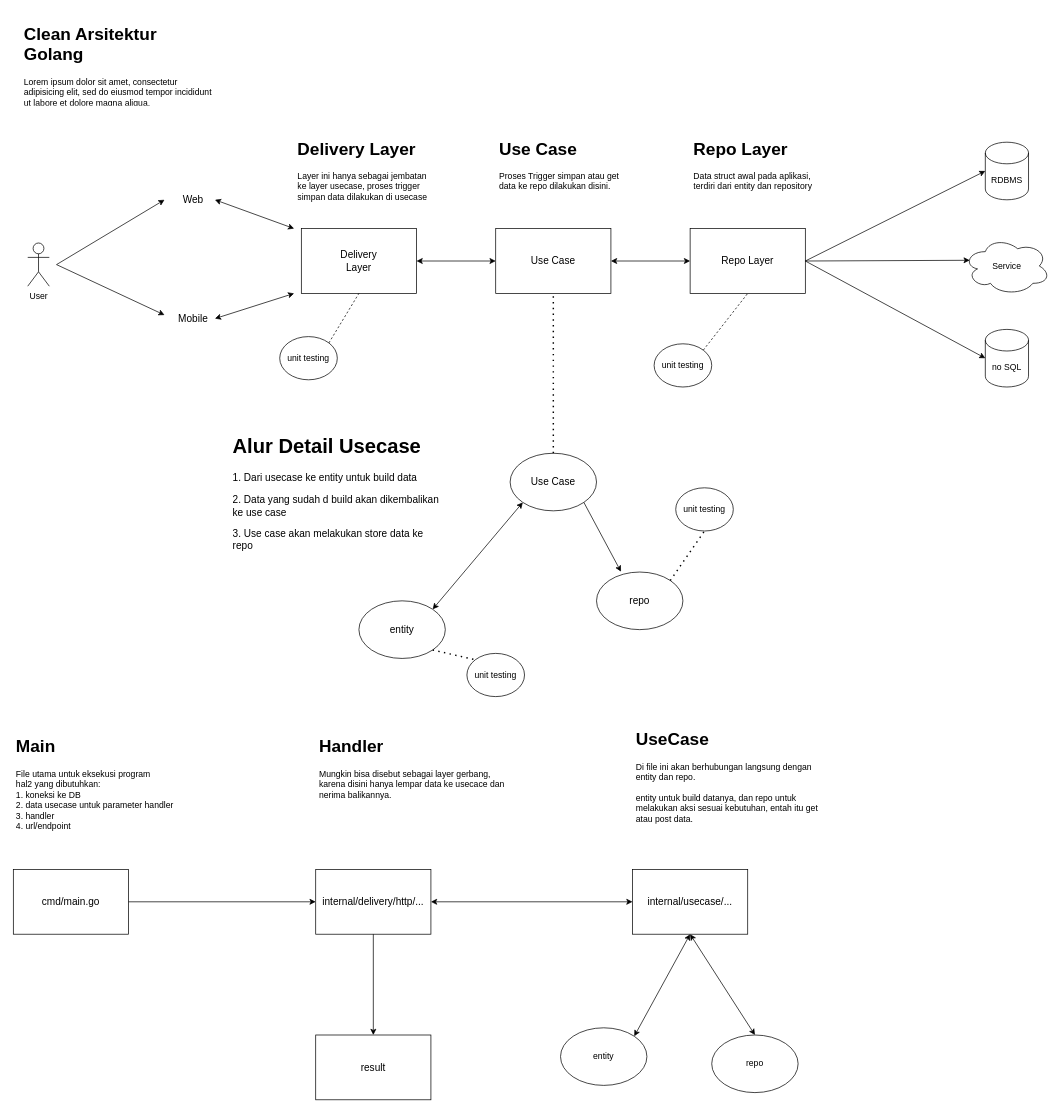
The draw.io diagram project/docs/CleanArsitektur.drawio in YogiTan00/Game-Store-Final-Project-SALT, before the edit. Source tidied: cells renumbered, new cells numbered last; positions are measured from the earlier drawing's top-left corner, leaving out a move shared by most shapes. Both pictures are drawn from the tidied source at 72%, with x=0, y=0 at pixel (12, 19).
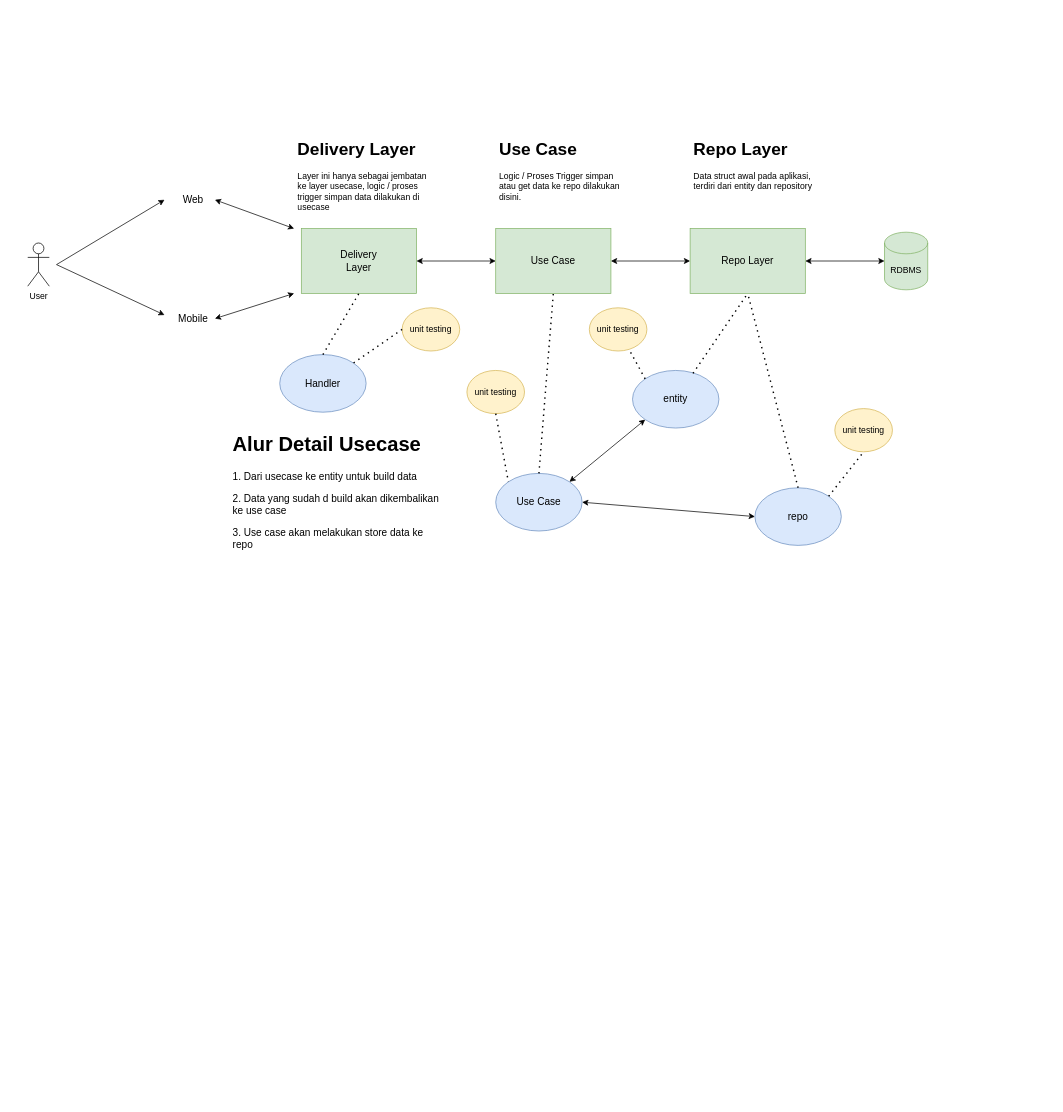
Above is the later version.

The edit, as a diff of the source:
```diff
@@
-    <mxCell id="9" value="&lt;font style=&quot;font-size: 14px;&quot;&gt;Delivery&lt;br&gt;Layer&lt;/font&gt;" style="rounded=0;whiteSpace=wrap;html=1;" parent="1" vertex="1">
+    <mxCell id="9" value="&lt;font style=&quot;font-size: 14px;&quot;&gt;Delivery&lt;br&gt;Layer&lt;/font&gt;" style="rounded=0;whiteSpace=wrap;html=1;fillColor=#d5e8d4;strokeColor=#82b366;" parent="1" vertex="1">
       <mxGeometry x="401" y="290" width="160" height="90" as="geometry" />
     </mxCell>
@@
-    <mxCell id="11" value="&lt;font style=&quot;font-size: 14px;&quot;&gt;Use Case&lt;/font&gt;" style="rounded=0;whiteSpace=wrap;html=1;" parent="1" vertex="1">
+    <mxCell id="11" value="&lt;font style=&quot;font-size: 14px;&quot;&gt;Use Case&lt;/font&gt;" style="rounded=0;whiteSpace=wrap;html=1;fillColor=#d5e8d4;strokeColor=#82b366;" parent="1" vertex="1">
       <mxGeometry x="671" y="290" width="160" height="90" as="geometry" />
     </mxCell>
@@
-    <mxCell id="13" value="&lt;font style=&quot;font-size: 14px;&quot;&gt;Repo Layer&lt;/font&gt;" style="rounded=0;whiteSpace=wrap;html=1;" parent="1" vertex="1">
+    <mxCell id="13" value="&lt;font style=&quot;font-size: 14px;&quot;&gt;Repo Layer&lt;/font&gt;" style="rounded=0;whiteSpace=wrap;html=1;fillColor=#d5e8d4;strokeColor=#82b366;" parent="1" vertex="1">
       <mxGeometry x="941" y="290" width="160" height="90" as="geometry" />
     </mxCell>
-    <mxCell id="14" value="Service" style="ellipse;shape=cloud;whiteSpace=wrap;html=1;" parent="1" vertex="1">
-      <mxGeometry x="1321" y="302" width="120" height="80" as="geometry" />
-    </mxCell>
-    <mxCell id="15" style="endArrow=classic;html=1;rounded=0;exitX=1;exitY=0.5;exitDx=0;exitDy=0;entryX=0.07;entryY=0.4;entryDx=0;entryDy=0;entryPerimeter=0;" parent="1" edge="1" source="13" target="14">
-      <mxGeometry relative="1" as="geometry" />
-    </mxCell>
-    <mxCell id="16" value="RDBMS" style="shape=cylinder3;whiteSpace=wrap;html=1;boundedLbl=1;backgroundOutline=1;size=15;" parent="1" vertex="1">
-      <mxGeometry x="1351" y="170" width="60" height="80" as="geometry" />
+    <mxCell id="16" value="RDBMS" style="shape=cylinder3;whiteSpace=wrap;html=1;boundedLbl=1;backgroundOutline=1;size=15;fillColor=#d5e8d4;strokeColor=#82b366;" parent="1" vertex="1">
+      <mxGeometry x="1211" y="295" width="60" height="80" as="geometry" />
     </mxCell>
-    <mxCell id="17" style="endArrow=classic;html=1;rounded=0;exitX=1;exitY=0.5;exitDx=0;exitDy=0;entryX=0;entryY=0.5;entryDx=0;entryDy=0;entryPerimeter=0;" parent="1" edge="1" source="13" target="16">
-      <mxGeometry relative="1" as="geometry" />
-    </mxCell>
-    <mxCell id="18" value="no SQL" style="shape=cylinder3;whiteSpace=wrap;html=1;boundedLbl=1;backgroundOutline=1;size=15;" parent="1" vertex="1">
-      <mxGeometry x="1351" y="430" width="60" height="80" as="geometry" />
-    </mxCell>
-    <mxCell id="19" style="endArrow=classic;html=1;rounded=0;exitX=1;exitY=0.5;exitDx=0;exitDy=0;entryX=0;entryY=0.5;entryDx=0;entryDy=0;entryPerimeter=0;" parent="1" edge="1" source="13" target="18">
-      <mxGeometry relative="1" as="geometry" />
-    </mxCell>
@@
-    <mxCell id="21" value="&lt;h1&gt;Use Case&lt;/h1&gt;&lt;p&gt;Proses Trigger simpan atau get data ke repo dilakukan disini.&lt;/p&gt;" style="text;html=1;strokeColor=none;fillColor=none;spacing=5;spacingTop=-20;whiteSpace=wrap;overflow=hidden;rounded=0;" parent="1" vertex="1">
+    <mxCell id="21" value="&lt;h1&gt;Use Case&lt;/h1&gt;&lt;p&gt;Logic / Proses Trigger simpan atau get data ke repo dilakukan disini.&lt;/p&gt;" style="text;html=1;strokeColor=none;fillColor=none;spacing=5;spacingTop=-20;whiteSpace=wrap;overflow=hidden;rounded=0;" parent="1" vertex="1">
       <mxGeometry x="671" y="160" width="190" height="120" as="geometry" />
     </mxCell>
-    <mxCell id="22" value="&lt;h1&gt;Delivery Layer&lt;/h1&gt;&lt;p&gt;Layer ini hanya sebagai jembatan ke layer usecase, proses trigger simpan data dilakukan di usecase&lt;/p&gt;" style="text;html=1;strokeColor=none;fillColor=none;spacing=5;spacingTop=-20;whiteSpace=wrap;overflow=hidden;rounded=0;" parent="1" vertex="1">
+    <mxCell id="22" value="&lt;h1&gt;Delivery Layer&lt;/h1&gt;&lt;p&gt;Layer ini hanya sebagai jembatan ke layer usecase, logic / proses trigger simpan data dilakukan di usecase&lt;/p&gt;" style="text;html=1;strokeColor=none;fillColor=none;spacing=5;spacingTop=-20;whiteSpace=wrap;overflow=hidden;rounded=0;" parent="1" vertex="1">
       <mxGeometry x="391" y="160" width="190" height="120" as="geometry" />
     </mxCell>
-    <mxCell id="23" value="&lt;h1&gt;Clean Arsitektur Golang&lt;/h1&gt;&lt;p&gt;Lorem ipsum dolor sit amet, consectetur adipisicing elit, sed do eiusmod tempor incididunt ut labore et dolore magna aliqua.&lt;/p&gt;" style="text;html=1;strokeColor=none;fillColor=none;spacing=5;spacingTop=-20;whiteSpace=wrap;overflow=hidden;rounded=0;" parent="1" vertex="1">
-      <mxGeometry x="11" width="280" height="120" as="geometry" />
-    </mxCell>
-    <mxCell id="24" value="Use Case" style="ellipse;whiteSpace=wrap;html=1;fontSize=14;" parent="1" vertex="1">
-      <mxGeometry x="691" y="602" width="120" height="80" as="geometry" />
+    <mxCell id="24" value="Use Case" style="ellipse;whiteSpace=wrap;html=1;fontSize=14;fillColor=#dae8fc;strokeColor=#6c8ebf;" parent="1" vertex="1">
+      <mxGeometry x="671" y="630" width="120" height="80" as="geometry" />
     </mxCell>
@@
-    <mxCell id="26" value="entity" style="ellipse;whiteSpace=wrap;html=1;fontSize=14;" parent="1" vertex="1">
-      <mxGeometry x="481" y="807" width="120" height="80" as="geometry" />
-    </mxCell>
-    <mxCell id="27" style="endArrow=classic;startArrow=classic;html=1;rounded=0;fontSize=14;entryX=0;entryY=1;entryDx=0;entryDy=0;exitX=1;exitY=0;exitDx=0;exitDy=0;" parent="1" edge="1" source="26" target="24">
+    <mxCell id="27" style="endArrow=classic;startArrow=classic;html=1;rounded=0;fontSize=14;entryX=1;entryY=0;entryDx=0;entryDy=0;exitX=0;exitY=1;exitDx=0;exitDy=0;" parent="1" edge="1" source="53" target="24">
       <mxGeometry relative="1" as="geometry" />
     </mxCell>
-    <mxCell id="28" value="repo" style="ellipse;whiteSpace=wrap;html=1;fontSize=14;" parent="1" vertex="1">
-      <mxGeometry x="811" y="767" width="120" height="80" as="geometry" />
+    <mxCell id="28" value="repo" style="ellipse;whiteSpace=wrap;html=1;fontSize=14;fillColor=#dae8fc;strokeColor=#6c8ebf;" parent="1" vertex="1">
+      <mxGeometry x="1031" y="650" width="120" height="80" as="geometry" />
     </mxCell>
-    <mxCell id="29" style="endArrow=classic;html=1;rounded=0;fontSize=14;exitX=1;exitY=1;exitDx=0;exitDy=0;entryX=0.283;entryY=-0.006;entryDx=0;entryDy=0;entryPerimeter=0;" parent="1" edge="1" source="24" target="28">
-      <mxGeometry relative="1" as="geometry" />
-    </mxCell>
     <mxCell id="30" value="&lt;h1&gt;Alur Detail Usecase&lt;/h1&gt;&lt;p&gt;1. Dari usecase ke entity untuk build data&lt;/p&gt;&lt;p&gt;2. Data yang sudah d build akan dikembalikan ke use case&lt;/p&gt;&lt;p&gt;3. Use case akan melakukan store data ke repo&lt;/p&gt;" style="text;html=1;strokeColor=none;fillColor=none;spacing=5;spacingTop=-20;whiteSpace=wrap;overflow=hidden;rounded=0;fontSize=14;" parent="1" vertex="1">
-      <mxGeometry x="301" y="567" width="300" height="210" as="geometry" />
+      <mxGeometry x="301" y="565" width="300" height="210" as="geometry" />
     </mxCell>
-    <mxCell id="31" value="&lt;h1&gt;Main&lt;/h1&gt;&lt;div&gt;File utama untuk eksekusi program&lt;/div&gt;&lt;div&gt;hal2 yang dibutuhkan:&lt;/div&gt;&lt;div&gt;1. koneksi ke DB&lt;/div&gt;&lt;div&gt;2. data usecase untuk parameter handler&lt;/div&gt;&lt;div&gt;3. handler&lt;/div&gt;&lt;div&gt;4. url/endpoint&lt;/div&gt;" style="text;html=1;strokeColor=none;fillColor=none;spacing=5;spacingTop=-20;whiteSpace=wrap;overflow=hidden;rounded=0;" parent="1" vertex="1">
-      <mxGeometry y="990" width="280" height="150" as="geometry" />
-    </mxCell>
-    <mxCell id="32" value="&lt;span style=&quot;font-size: 14px;&quot;&gt;cmd/main.go&lt;/span&gt;" style="rounded=0;whiteSpace=wrap;html=1;" parent="1" vertex="1">
-      <mxGeometry x="1" y="1180" width="160" height="90" as="geometry" />
-    </mxCell>
-    <mxCell id="33" value="&lt;span style=&quot;font-size: 14px;&quot;&gt;internal/delivery/http/...&lt;/span&gt;" style="rounded=0;whiteSpace=wrap;html=1;" parent="1" vertex="1">
-      <mxGeometry x="421" y="1180" width="160" height="90" as="geometry" />
-    </mxCell>
-    <mxCell id="34" style="endArrow=classic;html=1;rounded=0;exitX=1;exitY=0.5;exitDx=0;exitDy=0;entryX=0;entryY=0.5;entryDx=0;entryDy=0;" parent="1" edge="1" source="32" target="33">
-      <mxGeometry relative="1" as="geometry" />
-    </mxCell>
-    <mxCell id="35" value="&lt;h1&gt;Handler&lt;/h1&gt;&lt;div&gt;Mungkin bisa disebut sebagai layer gerbang, karena disini hanya lempar data ke usecace dan nerima balikannya.&lt;/div&gt;" style="text;html=1;strokeColor=none;fillColor=none;spacing=5;spacingTop=-20;whiteSpace=wrap;overflow=hidden;rounded=0;" parent="1" vertex="1">
-      <mxGeometry x="421" y="990" width="280" height="150" as="geometry" />
-    </mxCell>
-    <mxCell id="36" value="&lt;span style=&quot;font-size: 14px;&quot;&gt;internal/usecase/...&lt;/span&gt;" style="rounded=0;whiteSpace=wrap;html=1;" parent="1" vertex="1">
-      <mxGeometry x="861" y="1180" width="160" height="90" as="geometry" />
-    </mxCell>
-    <mxCell id="37" value="&lt;h1&gt;UseCase&lt;/h1&gt;&lt;div&gt;Di file ini akan berhubungan langsung dengan entity dan repo.&lt;/div&gt;&lt;div&gt;&lt;br&gt;&lt;/div&gt;&lt;div&gt;entity untuk build datanya, dan repo untuk melakukan aksi sesuai kebutuhan, entah itu get atau post data.&lt;/div&gt;" style="text;html=1;strokeColor=none;fillColor=none;spacing=5;spacingTop=-20;whiteSpace=wrap;overflow=hidden;rounded=0;" parent="1" vertex="1">
-      <mxGeometry x="861" y="980" width="280" height="150" as="geometry" />
-    </mxCell>
-    <mxCell id="38" value="entity" style="ellipse;whiteSpace=wrap;html=1;" parent="1" vertex="1">
-      <mxGeometry x="761" y="1400" width="120" height="80" as="geometry" />
-    </mxCell>
-    <mxCell id="39" style="endArrow=classic;startArrow=classic;html=1;rounded=0;exitX=1;exitY=0;exitDx=0;exitDy=0;entryX=0.5;entryY=1;entryDx=0;entryDy=0;" parent="1" edge="1" source="38" target="36">
-      <mxGeometry relative="1" as="geometry" />
-    </mxCell>
-    <mxCell id="40" value="repo" style="ellipse;whiteSpace=wrap;html=1;" parent="1" vertex="1">
-      <mxGeometry x="971" y="1410" width="120" height="80" as="geometry" />
-    </mxCell>
-    <mxCell id="41" style="endArrow=classic;startArrow=classic;html=1;rounded=0;entryX=0.5;entryY=1;entryDx=0;entryDy=0;exitX=0.5;exitY=0;exitDx=0;exitDy=0;" parent="1" edge="1" source="40" target="36">
-      <mxGeometry relative="1" as="geometry" />
-    </mxCell>
-    <mxCell id="42" value="&lt;span style=&quot;font-size: 14px;&quot;&gt;result&lt;br&gt;&lt;/span&gt;" style="rounded=0;whiteSpace=wrap;html=1;" parent="1" vertex="1">
-      <mxGeometry x="421" y="1410" width="160" height="90" as="geometry" />
-    </mxCell>
-    <mxCell id="43" style="endArrow=classic;startArrow=classic;html=1;rounded=0;exitX=1;exitY=0.5;exitDx=0;exitDy=0;entryX=0;entryY=0.5;entryDx=0;entryDy=0;" parent="1" edge="1" source="33" target="36">
-      <mxGeometry relative="1" as="geometry" />
-    </mxCell>
-    <mxCell id="44" style="endArrow=classic;html=1;rounded=0;exitX=0.5;exitY=1;exitDx=0;exitDy=0;entryX=0.5;entryY=0;entryDx=0;entryDy=0;" parent="1" edge="1" source="33" target="42">
-      <mxGeometry relative="1" as="geometry" />
-    </mxCell>
-    <mxCell id="45" value="unit testing" style="ellipse;whiteSpace=wrap;html=1;" parent="1" vertex="1">
-      <mxGeometry x="371" y="440" width="80" height="60" as="geometry" />
+    <mxCell id="45" value="unit testing" style="ellipse;whiteSpace=wrap;html=1;fillColor=#fff2cc;strokeColor=#d6b656;" parent="1" vertex="1">
+      <mxGeometry x="541" y="400" width="80" height="60" as="geometry" />
     </mxCell>
-    <mxCell id="46" style="endArrow=none;dashed=1;html=1;rounded=0;entryX=0.5;entryY=1;entryDx=0;entryDy=0;exitX=1;exitY=0;exitDx=0;exitDy=0;" parent="1" edge="1" source="45" target="9">
-      <mxGeometry relative="1" as="geometry" />
-    </mxCell>
-    <mxCell id="47" value="unit testing" style="ellipse;whiteSpace=wrap;html=1;" parent="1" vertex="1">
-      <mxGeometry x="631" y="880" width="80" height="60" as="geometry" />
-    </mxCell>
-    <mxCell id="48" style="endArrow=none;dashed=1;html=1;dashPattern=1 3;strokeWidth=2;rounded=0;exitX=1;exitY=1;exitDx=0;exitDy=0;entryX=0;entryY=0;entryDx=0;entryDy=0;" parent="1" edge="1" source="26" target="47">
-      <mxGeometry relative="1" as="geometry" />
-    </mxCell>
-    <mxCell id="49" value="unit testing" style="ellipse;whiteSpace=wrap;html=1;" parent="1" vertex="1">
-      <mxGeometry x="921" y="650" width="80" height="60" as="geometry" />
+    <mxCell id="49" value="unit testing" style="ellipse;whiteSpace=wrap;html=1;fillColor=#fff2cc;strokeColor=#d6b656;" parent="1" vertex="1">
+      <mxGeometry x="1142" y="540" width="80" height="60" as="geometry" />
     </mxCell>
@@
-    <mxCell id="51" value="unit testing" style="ellipse;whiteSpace=wrap;html=1;" parent="1" vertex="1">
-      <mxGeometry x="891" y="450" width="80" height="60" as="geometry" />
-    </mxCell>
-    <mxCell id="52" style="endArrow=none;dashed=1;html=1;rounded=0;entryX=0.5;entryY=1;entryDx=0;entryDy=0;exitX=1;exitY=0;exitDx=0;exitDy=0;" parent="1" edge="1" source="51" target="13">
-      <mxGeometry relative="1" as="geometry" />
-    </mxCell>
+    <mxCell id="53" value="entity" style="ellipse;whiteSpace=wrap;html=1;fontSize=14;fillColor=#dae8fc;strokeColor=#6c8ebf;" parent="1" vertex="1">
+      <mxGeometry x="861" y="487" width="120" height="80" as="geometry" />
+    </mxCell>
+    <mxCell id="54" style="endArrow=none;dashed=1;html=1;dashPattern=1 3;strokeWidth=2;rounded=0;fontSize=14;entryX=0.5;entryY=1;entryDx=0;entryDy=0;exitX=0.7;exitY=0.05;exitDx=0;exitDy=0;exitPerimeter=0;" parent="1" edge="1" source="53" target="13">
+      <mxGeometry relative="1" as="geometry" />
+    </mxCell>
+    <mxCell id="55" style="endArrow=none;dashed=1;html=1;dashPattern=1 3;strokeWidth=2;rounded=0;fontSize=14;entryX=0.5;entryY=1;entryDx=0;entryDy=0;exitX=0.5;exitY=0;exitDx=0;exitDy=0;" parent="1" edge="1" source="28" target="13">
+      <mxGeometry relative="1" as="geometry" />
+    </mxCell>
+    <mxCell id="56" value="unit testing" style="ellipse;whiteSpace=wrap;html=1;fillColor=#fff2cc;strokeColor=#d6b656;" parent="1" vertex="1">
+      <mxGeometry x="801" y="400" width="80" height="60" as="geometry" />
+    </mxCell>
+    <mxCell id="57" style="endArrow=none;dashed=1;html=1;dashPattern=1 3;strokeWidth=2;rounded=0;fontSize=14;exitX=0;exitY=0;exitDx=0;exitDy=0;" parent="1" edge="1" source="53" target="56">
+      <mxGeometry relative="1" as="geometry" />
+    </mxCell>
+    <mxCell id="58" style="endArrow=classic;startArrow=classic;html=1;rounded=0;fontSize=14;entryX=1;entryY=0.5;entryDx=0;entryDy=0;exitX=0;exitY=0.5;exitDx=0;exitDy=0;" parent="1" edge="1" source="28" target="24">
+      <mxGeometry relative="1" as="geometry" />
+    </mxCell>
+    <mxCell id="59" value="unit testing" style="ellipse;whiteSpace=wrap;html=1;fillColor=#fff2cc;strokeColor=#d6b656;" parent="1" vertex="1">
+      <mxGeometry x="631" y="487" width="80" height="60" as="geometry" />
+    </mxCell>
+    <mxCell id="60" style="endArrow=none;dashed=1;html=1;dashPattern=1 3;strokeWidth=2;rounded=0;fontSize=14;exitX=0.5;exitY=1;exitDx=0;exitDy=0;entryX=0;entryY=0;entryDx=0;entryDy=0;" parent="1" edge="1" source="59" target="24">
+      <mxGeometry relative="1" as="geometry" />
+    </mxCell>
+    <mxCell id="61" value="Handler" style="ellipse;whiteSpace=wrap;html=1;fontSize=14;fillColor=#dae8fc;strokeColor=#6c8ebf;" parent="1" vertex="1">
+      <mxGeometry x="371" y="465" width="120" height="80" as="geometry" />
+    </mxCell>
+    <mxCell id="62" style="endArrow=none;dashed=1;html=1;dashPattern=1 3;strokeWidth=2;rounded=0;fontSize=14;entryX=0.5;entryY=1;entryDx=0;entryDy=0;exitX=0.5;exitY=0;exitDx=0;exitDy=0;" parent="1" edge="1" source="61" target="9">
+      <mxGeometry relative="1" as="geometry" />
+    </mxCell>
+    <mxCell id="63" style="endArrow=none;dashed=1;html=1;dashPattern=1 3;strokeWidth=2;rounded=0;fontSize=14;entryX=1;entryY=0;entryDx=0;entryDy=0;exitX=0;exitY=0.5;exitDx=0;exitDy=0;" parent="1" edge="1" source="45" target="61">
+      <mxGeometry relative="1" as="geometry" />
+    </mxCell>
+    <mxCell id="17" style="endArrow=classic;startArrow=classic;html=1;rounded=0;" parent="1" edge="1" source="13" target="16">
+      <mxGeometry relative="1" as="geometry" />
+    </mxCell>
```
